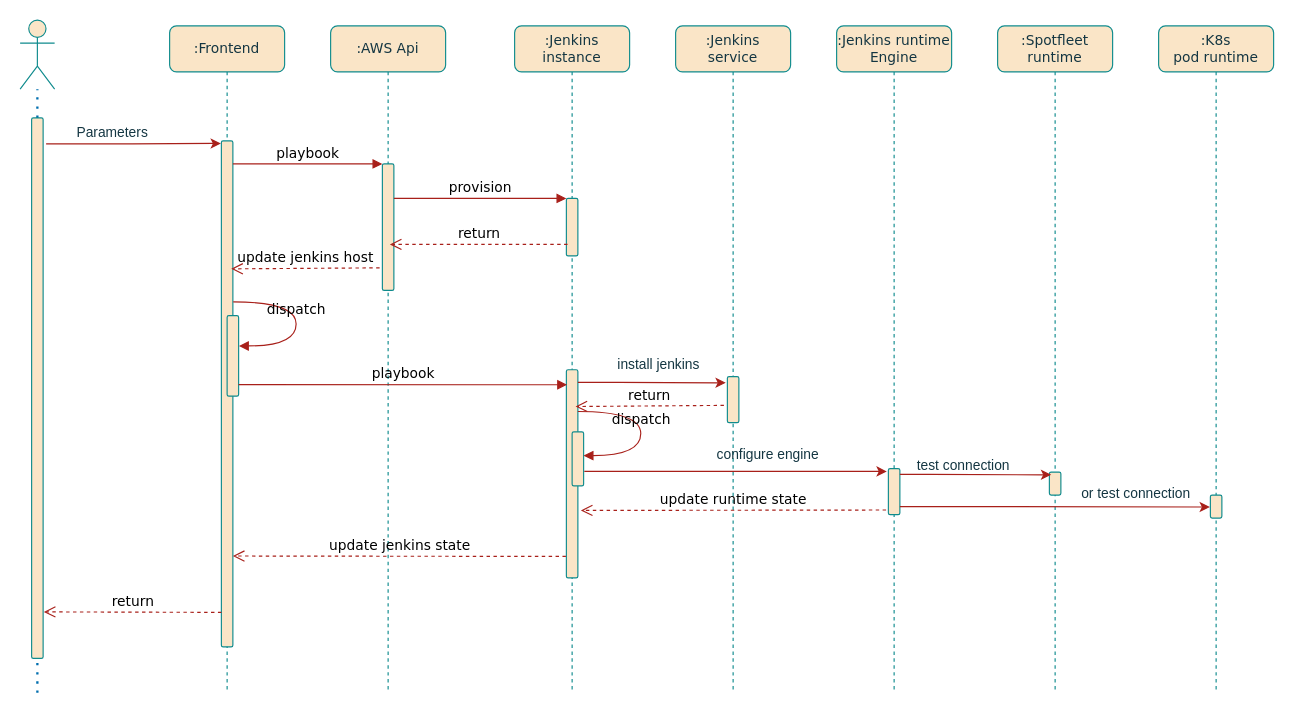
The draw.io diagram jenkins_master_create.drawio in jiangtao7/draw.io, before the edit. Source tidied: cells renumbered, new cells numbered last; positions are measured from the earlier drawing's top-left corner, leaving out a move shared by most shapes. Both pictures are drawn from the tidied source at 115%, with x=0, y=0 at pixel (20, 20). Pictures stored in the file or linked from it are replaced by grey dashed boxes.
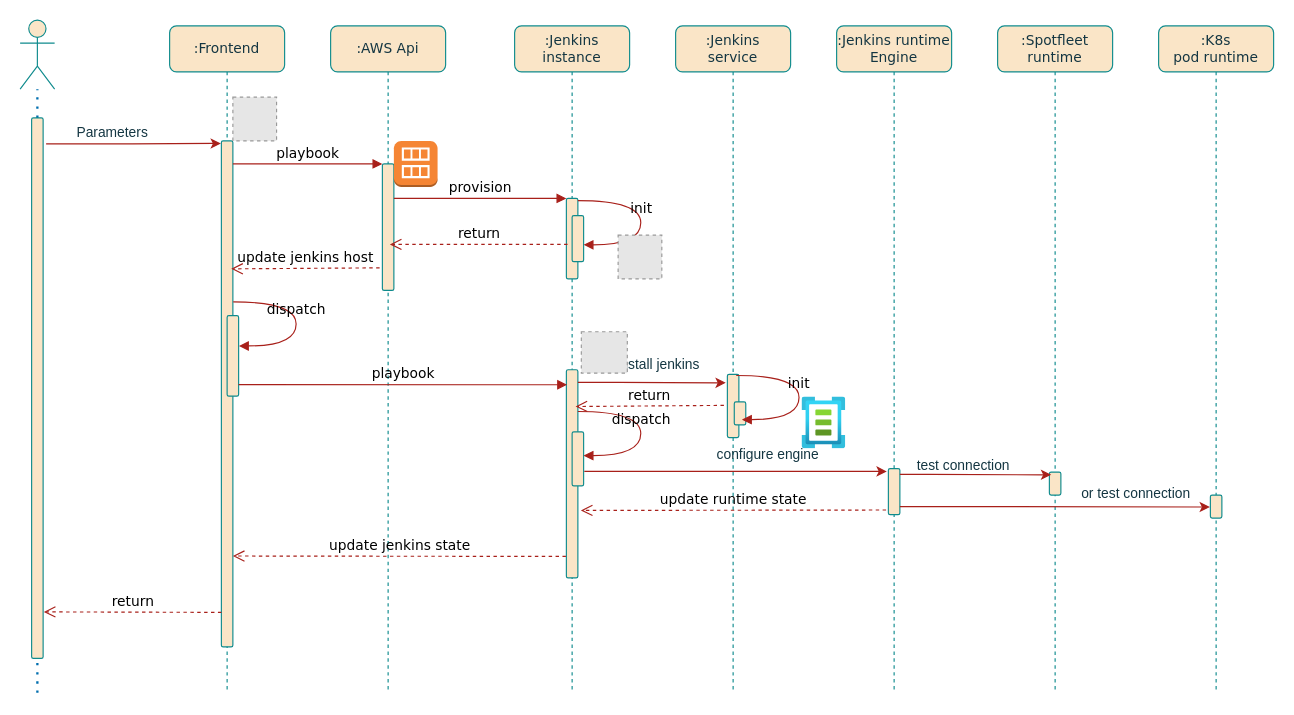
The same diagram, later.

The change refers to these unchanged cells:
```xml
<mxCell id="2" value=":AWS Api" style="shape=umlLifeline;perimeter=lifelinePerimeter;whiteSpace=wrap;html=1;rounded=1;shadow=0;comic=0;labelBackgroundColor=none;strokeWidth=1;fontFamily=Verdana;fontSize=12;align=center;fillColor=#FAE5C7;strokeColor=#0F8B8D;fontColor=#143642;" parent="1" vertex="1">
  <mxGeometry x="270" y="5" width="100" height="580" as="geometry" />
</mxCell>
<mxCell id="4" value=":Jenkins instance" style="shape=umlLifeline;perimeter=lifelinePerimeter;whiteSpace=wrap;html=1;rounded=1;shadow=0;comic=0;labelBackgroundColor=none;strokeWidth=1;fontFamily=Verdana;fontSize=12;align=center;fillColor=#FAE5C7;strokeColor=#0F8B8D;fontColor=#143642;" parent="1" vertex="1">
  <mxGeometry x="430" y="5" width="100" height="580" as="geometry" />
</mxCell>
<mxCell id="9" value=":Jenkins &lt;br&gt;service" style="shape=umlLifeline;perimeter=lifelinePerimeter;whiteSpace=wrap;html=1;rounded=1;shadow=0;comic=0;labelBackgroundColor=none;strokeWidth=1;fontFamily=Verdana;fontSize=12;align=center;fillColor=#FAE5C7;strokeColor=#0F8B8D;fontColor=#143642;" parent="1" vertex="1">
  <mxGeometry x="570" y="5" width="100" height="580" as="geometry" />
</mxCell>
<mxCell id="19" value=":Frontend" style="shape=umlLifeline;perimeter=lifelinePerimeter;whiteSpace=wrap;html=1;rounded=1;shadow=0;comic=0;labelBackgroundColor=none;strokeWidth=1;fontFamily=Verdana;fontSize=12;align=center;fillColor=#FAE5C7;strokeColor=#0F8B8D;fontColor=#143642;" parent="1" vertex="1">
  <mxGeometry x="130" y="5" width="100" height="580" as="geometry" />
</mxCell>
```

The edit, as a diff of the source:
```diff
@@
+    <mxCell id="44" style="dashed=0;verticalLabelPosition=bottom;verticalAlign=top;align=center;html=1;shape=mxgraph.aws3.ami;fillColor=#F58534;gradientColor=none;" parent="2" vertex="1">
+      <mxGeometry x="55" y="100" width="38" height="40" as="geometry" />
+    </mxCell>
@@
     <mxCell id="5" style="html=1;points=[];perimeter=orthogonalPerimeter;rounded=1;shadow=0;comic=0;labelBackgroundColor=none;strokeWidth=1;fontFamily=Verdana;fontSize=12;align=center;fillColor=#FAE5C7;strokeColor=#0F8B8D;fontColor=#143642;" parent="4" vertex="1">
-      <mxGeometry x="45" y="150" width="10" height="50" as="geometry" />
+      <mxGeometry x="45" y="150" width="10" height="70" as="geometry" />
     </mxCell>
@@
+    <mxCell id="45" style="html=1;perimeter=orthogonalPerimeter;rounded=1;shadow=0;comic=0;labelBackgroundColor=none;strokeWidth=1;fontFamily=Verdana;fontSize=12;align=center;fillColor=#FAE5C7;strokeColor=#0F8B8D;fontColor=#143642;" parent="4" vertex="1">
+      <mxGeometry x="50" y="165" width="10" height="40" as="geometry" />
+    </mxCell>
@@
     <mxCell id="10" style="html=1;points=[];perimeter=orthogonalPerimeter;rounded=1;shadow=0;comic=0;labelBackgroundColor=none;strokeWidth=1;fontFamily=Verdana;fontSize=12;align=center;fillColor=#FAE5C7;strokeColor=#0F8B8D;fontColor=#143642;" parent="9" vertex="1">
-      <mxGeometry x="45" y="305" width="10" height="40" as="geometry" />
+      <mxGeometry x="45" y="303" width="10" height="55" as="geometry" />
     </mxCell>
@@
+    <mxCell id="46" style="html=1;perimeter=orthogonalPerimeter;rounded=1;shadow=0;comic=0;labelBackgroundColor=none;strokeColor=#0F8B8D;strokeWidth=1;fillColor=#FAE5C7;fontFamily=Verdana;fontSize=12;fontColor=#143642;align=center;" parent="9" vertex="1">
+      <mxGeometry x="51" y="327" width="10" height="20" as="geometry" />
+    </mxCell>
@@
+    <mxCell id="47" style="fillColor=#E6E6E6;strokeColor=#999999;dashed=1;html=1;verticalAlign=top;verticalLabelPosition=bottom;labelBackgroundColor=#ffffff;" parent="19" vertex="1">
+      <mxGeometry x="55" y="62" width="38" height="38" as="geometry" />
+    </mxCell>
@@
+    <mxCell id="48" value="init" style="html=1;verticalAlign=bottom;endArrow=block;labelBackgroundColor=none;fontFamily=Verdana;fontSize=12;elbow=vertical;edgeStyle=orthogonalEdgeStyle;curved=1;entryX=1;entryY=0.286;entryPerimeter=0;exitX=1.038;exitY=0.345;exitPerimeter=0;strokeColor=#A8201A;fontColor=default;" parent="1" edge="1">
+      <mxGeometry relative="1" as="geometry">
+        <mxPoint x="485" y="157" as="sourcePoint" />
+        <mxPoint x="490" y="195.4" as="targetPoint" />
+        <Array as="points">
+          <mxPoint x="539.7" y="157" />
+          <mxPoint x="539.7" y="195" />
+        </Array>
+      </mxGeometry>
+    </mxCell>
+    <mxCell id="49" style="fillColor=#E6E6E6;strokeColor=#999999;dashed=1;html=1;verticalLabelPosition=bottom;labelBackgroundColor=#ffffff;verticalAlign=top;" parent="1" vertex="1">
+      <mxGeometry x="488" y="271" width="40" height="36" as="geometry" />
+    </mxCell>
+    <mxCell id="50" value="init" style="html=1;verticalAlign=bottom;endArrow=block;labelBackgroundColor=none;fontFamily=Verdana;fontSize=12;elbow=vertical;edgeStyle=orthogonalEdgeStyle;curved=1;entryX=1;entryY=0.286;entryPerimeter=0;exitX=1.038;exitY=0.345;exitPerimeter=0;strokeColor=#A8201A;fontColor=default;" parent="1" edge="1">
+      <mxGeometry relative="1" as="geometry">
+        <mxPoint x="622.7" y="309" as="sourcePoint" />
+        <mxPoint x="627.7" y="347.4" as="targetPoint" />
+        <Array as="points">
+          <mxPoint x="677.3" y="309" />
+          <mxPoint x="677.3" y="347" />
+        </Array>
+      </mxGeometry>
+    </mxCell>
+    <mxCell id="51" style="image;html=1;align=center;fontSize=12;image=img/lib/azure2/other/Template_Specs.svg;" parent="1" vertex="1">
+      <mxGeometry x="680" y="327.7" width="38" height="45.3" as="geometry" />
+    </mxCell>
+    <mxCell id="52" style="fillColor=#E6E6E6;strokeColor=#999999;dashed=1;html=1;verticalAlign=top;verticalLabelPosition=bottom;labelBackgroundColor=#ffffff;" parent="1" vertex="1">
+      <mxGeometry x="520" y="187" width="38" height="38" as="geometry" />
+    </mxCell>
```
